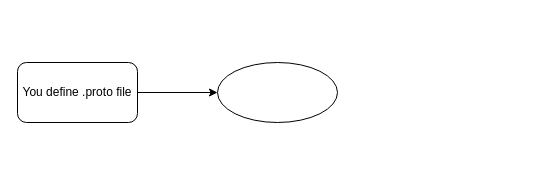
Earlier version of the draw.io diagram doc/proj2_gRPC_ProtocolBuffer_Client-Server_Token_Manager/a.drawio (DayuanTan/CMSC621_Advanced_OS_2022S). Source tidied: cells renumbered, new cells numbered last; positions are measured from the earlier drawing's top-left corner, leaving out a move shared by most shapes. Both pictures are drawn from the tidied source at 100%, with x=0, y=0 at pixel (17, 62).
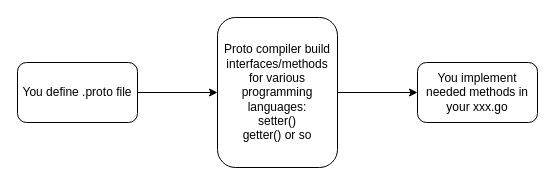
After the change.

The edit, as a diff of the source:
```diff
@@
 <mxGraphModel>
   <root>
     <mxCell id="0" />
     <mxCell id="1" parent="0" />
-    <mxCell id="2" style="edgeStyle=none;html=1;" parent="1" edge="1" source="3" target="4">
-      <mxGeometry relative="1" as="geometry" />
-    </mxCell>
+    <mxCell id="5" style="edgeStyle=none;html=1;" parent="1" edge="1" source="3" target="7">
+      <mxGeometry relative="1" as="geometry" />
+    </mxCell>
     <mxCell id="3" value="You define .proto file" style="rounded=1;whiteSpace=wrap;html=1;" parent="1" vertex="1">
       <mxGeometry width="120" height="60" as="geometry" />
     </mxCell>
-    <mxCell id="4" style="ellipse;whiteSpace=wrap;html=1;rounded=1;" parent="1" vertex="1">
-      <mxGeometry x="200" width="120" height="60" as="geometry" />
-    </mxCell>
+    <mxCell id="6" style="edgeStyle=none;html=1;" parent="1" edge="1" source="7" target="8">
+      <mxGeometry relative="1" as="geometry" />
+    </mxCell>
+    <mxCell id="7" value="&lt;span&gt;Proto compiler build interfaces/methods for various programming languages:&lt;/span&gt;&lt;br&gt;&lt;span&gt;setter()&lt;/span&gt;&lt;br&gt;&lt;span&gt;getter() or so&lt;/span&gt;" style="whiteSpace=wrap;html=1;rounded=1;" parent="1" vertex="1">
+      <mxGeometry x="200" y="-45" width="120" height="150" as="geometry" />
+    </mxCell>
+    <mxCell id="8" value="You implement needed methods in your xxx.go" style="whiteSpace=wrap;html=1;rounded=1;" parent="1" vertex="1">
+      <mxGeometry x="400" width="120" height="60" as="geometry" />
+    </mxCell>
   </root>
 </mxGraphModel>
```
